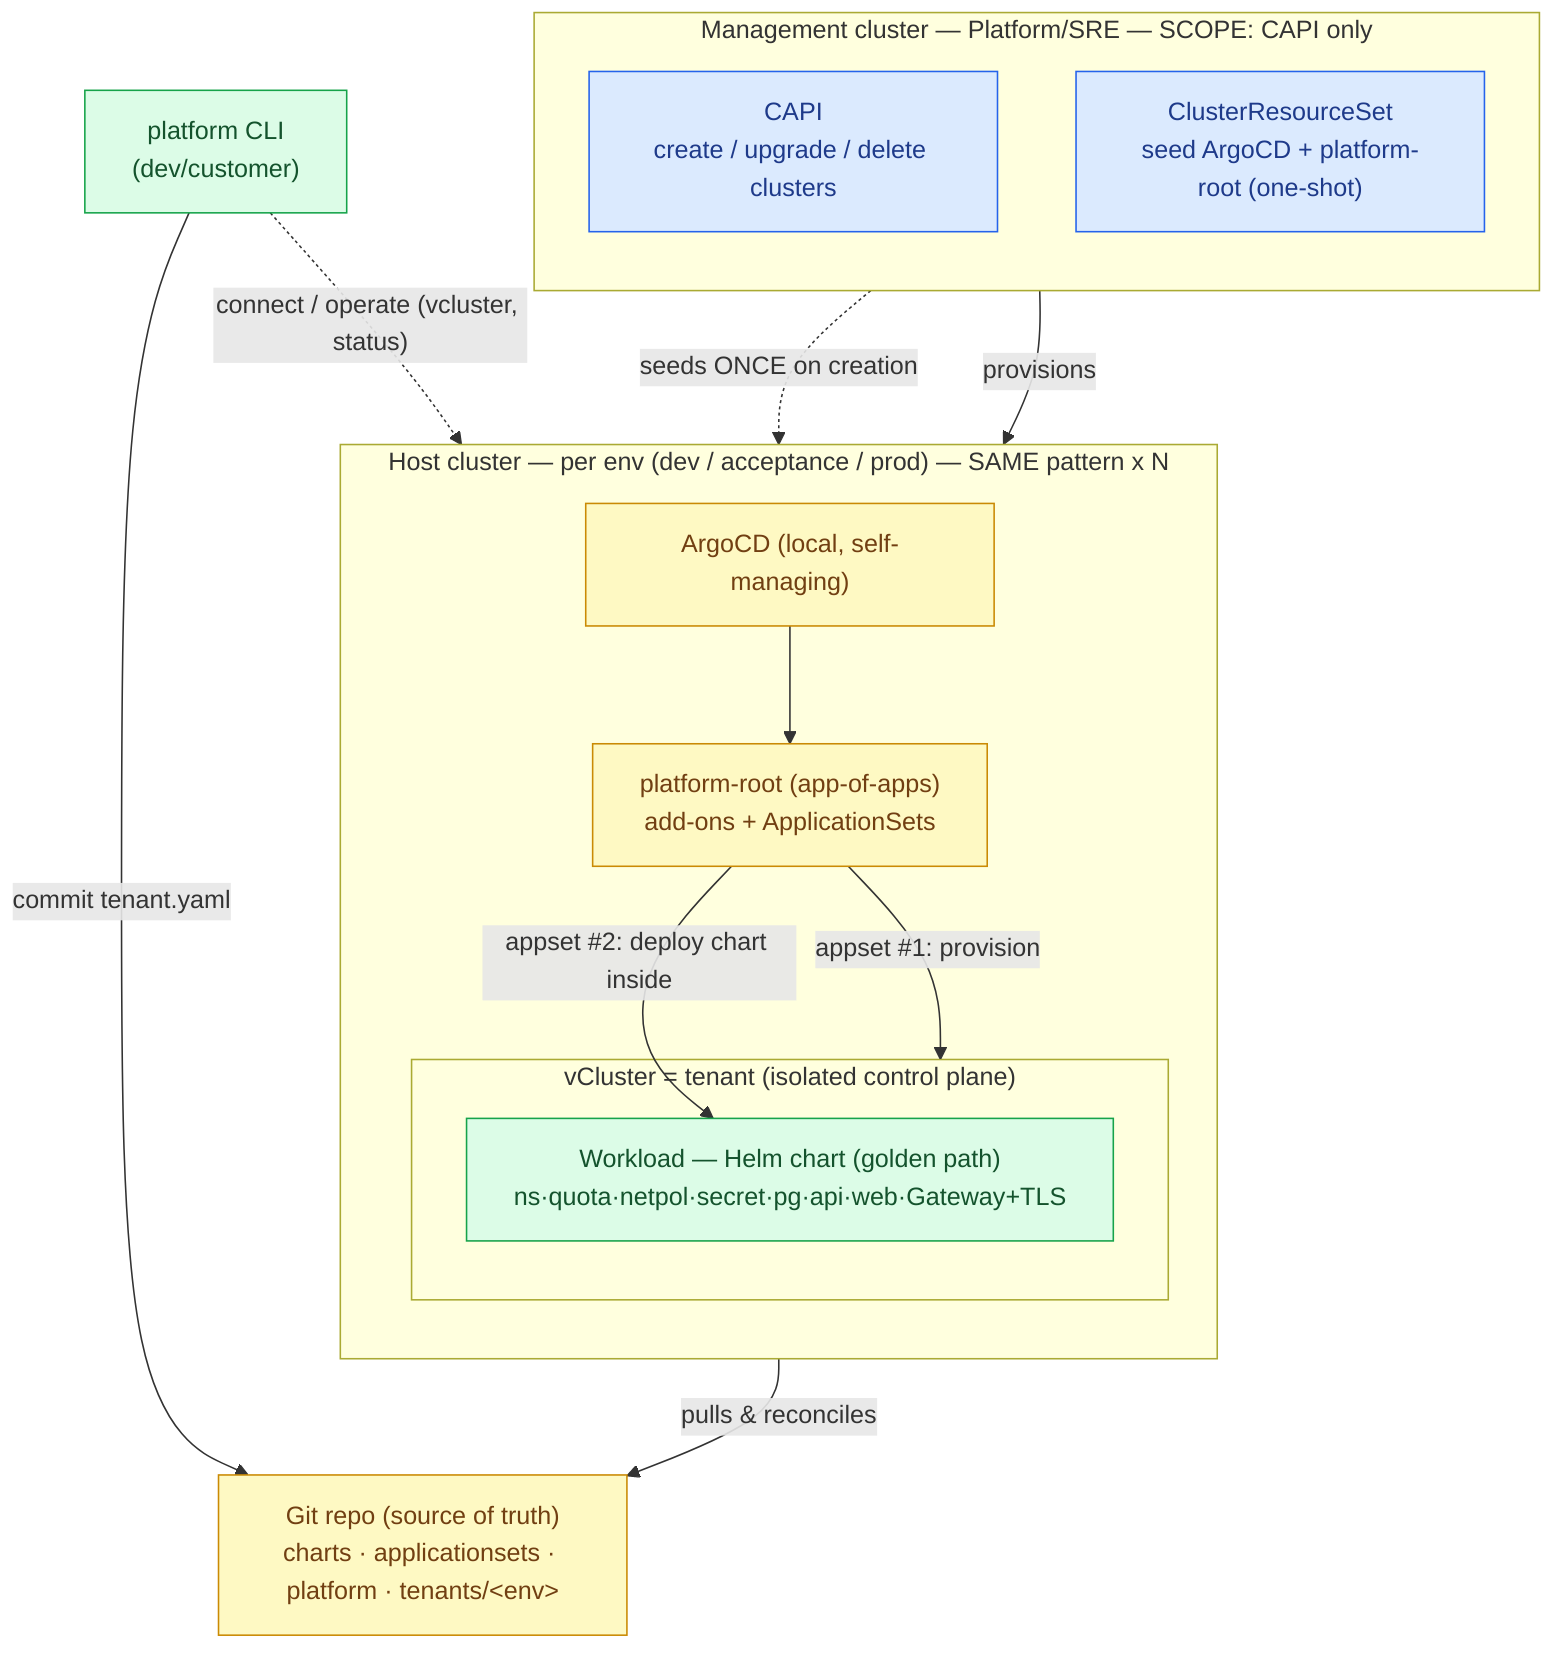
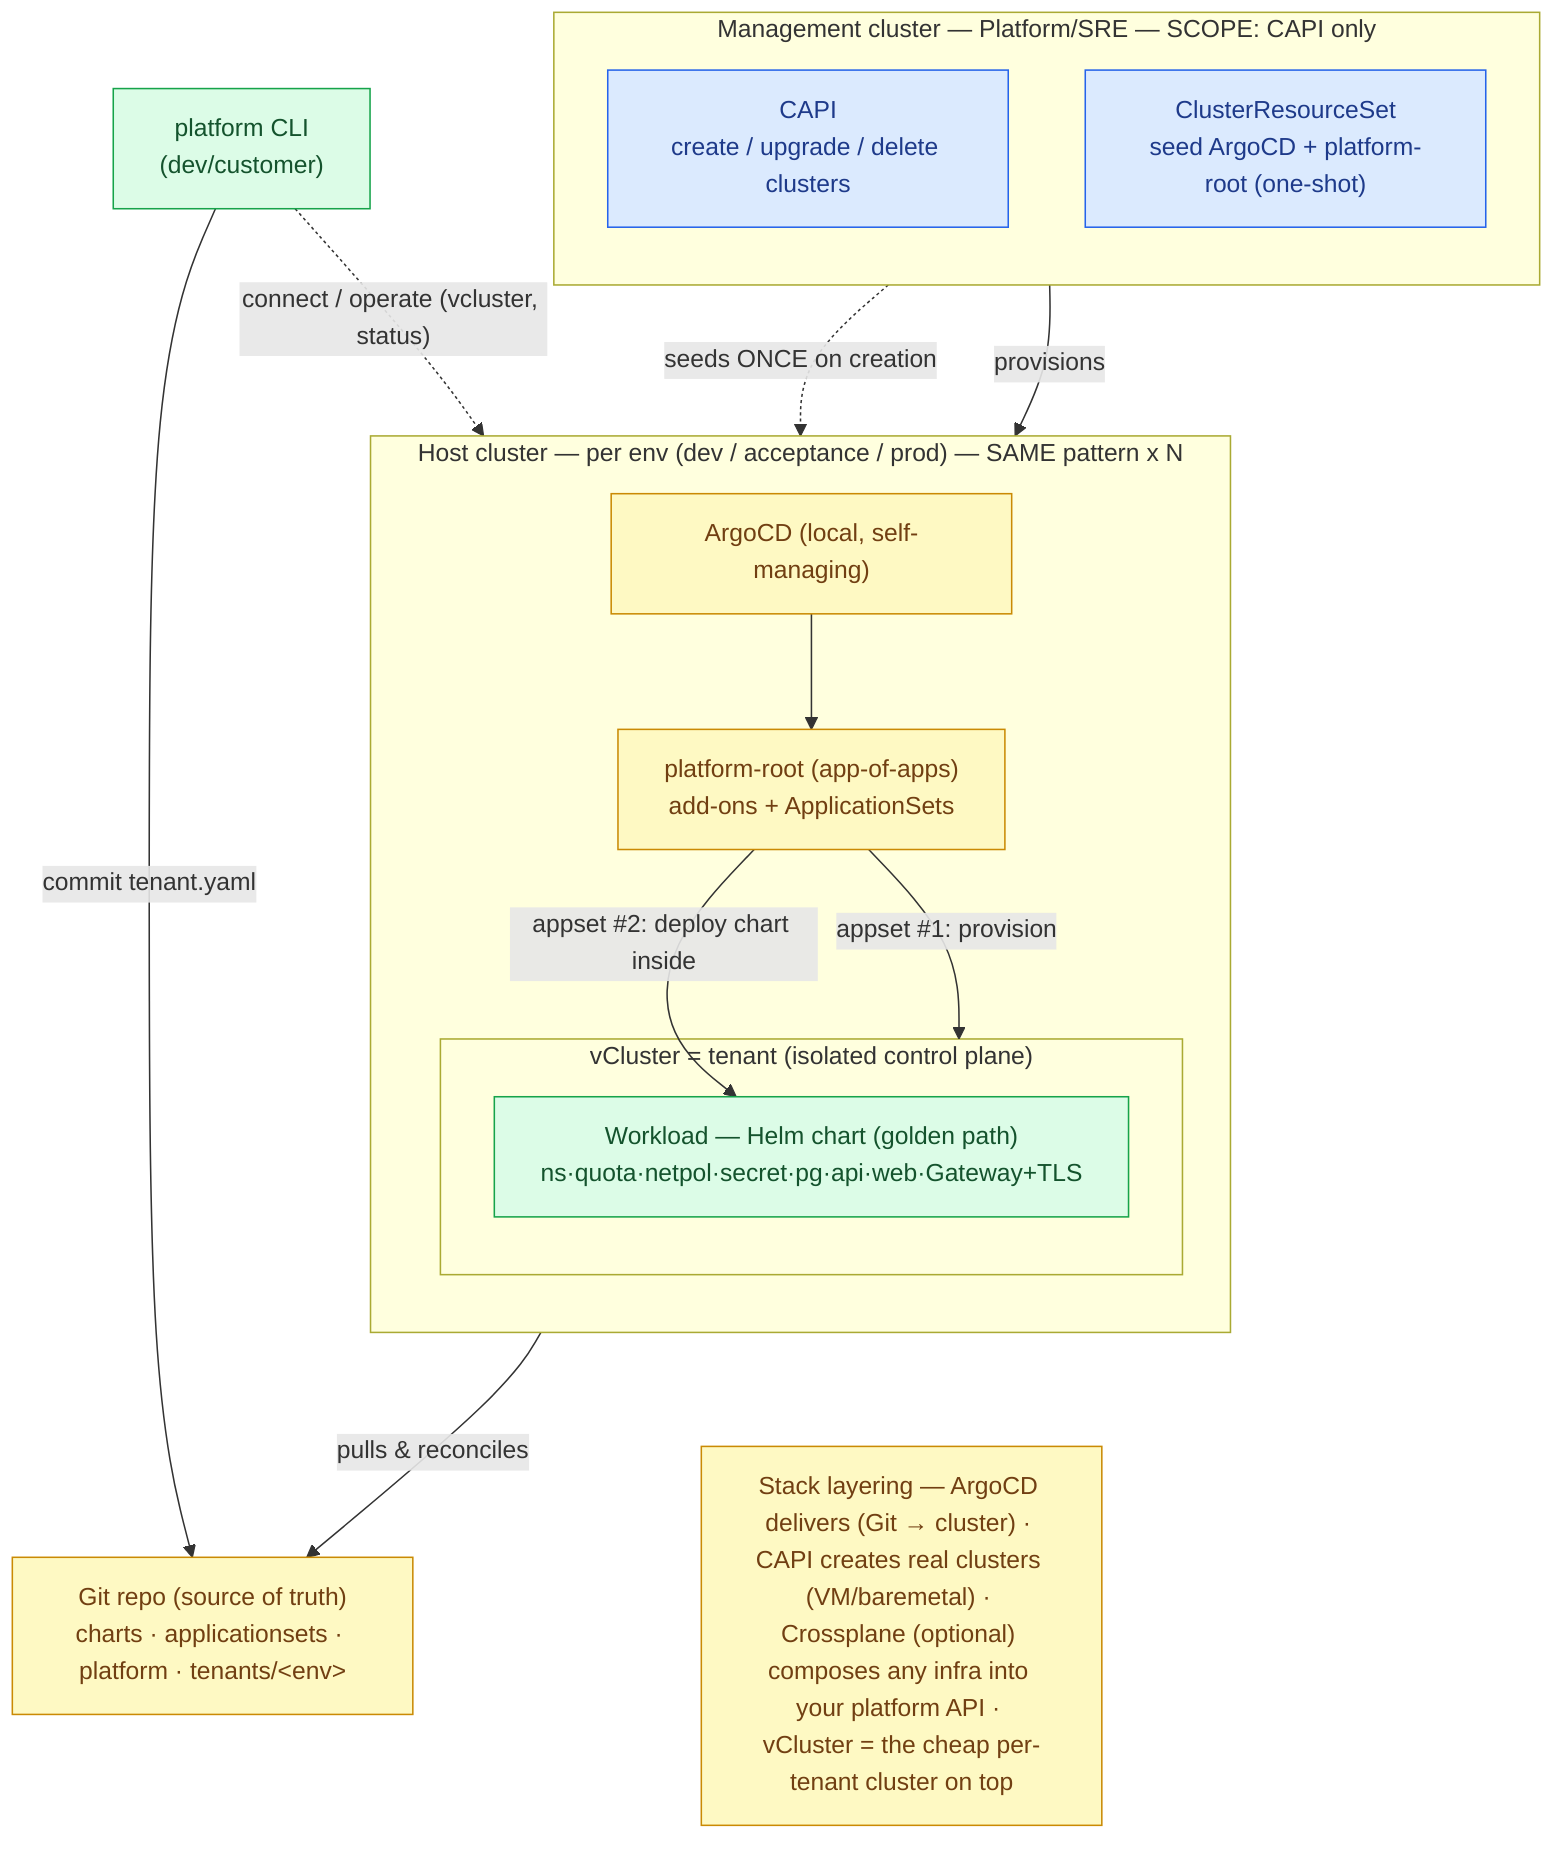
%% IDP multi-tenant — fully decentralized GitOps (ArgoCD per cluster)
%% Management SCOPE = CAPI only. It creates clusters and SEEDS each one with its own
%% ArgoCD via a CAPI ClusterResourceSet (one-shot). It does NOT run a central ArgoCD
%% and does NOT deploy tenants. Every host cluster is the SAME self-managing pattern.
flowchart TB
  classDef sre fill:#dbeafe,stroke:#2563eb,color:#1e3a8a;
  classDef tenant fill:#dcfce7,stroke:#16a34a,color:#14532d;
  classDef gitops fill:#fef9c3,stroke:#ca8a04,color:#713f12;

  GIT["Git repo (source of truth)<br/>charts · applicationsets · platform · tenants/&lt;env&gt;"]:::gitops
  CLI["platform CLI<br/>(dev/customer)"]:::tenant

  subgraph MGMT["Management cluster — Platform/SRE — SCOPE: CAPI only"]
    direction TB
    CAPI["CAPI<br/>create / upgrade / delete clusters"]:::sre
    CRS["ClusterResourceSet<br/>seed ArgoCD + platform-root (one-shot)"]:::sre
  end

  subgraph HOST["Host cluster — per env (dev / acceptance / prod) — SAME pattern x N"]
    direction TB
    ARGO["ArgoCD (local, self-managing)"]:::gitops
    ROOT["platform-root (app-of-apps)<br/>add-ons + ApplicationSets"]:::gitops
    subgraph VC["vCluster = tenant (isolated control plane)"]
      WL["Workload — Helm chart (golden path)<br/>ns·quota·netpol·secret·pg·api·web·Gateway+TLS"]:::tenant
    end
  end

  CAPI -->|"provisions"| HOST
  CRS -.->|"seeds ONCE on creation"| ARGO
  ARGO -->|"pulls & reconciles"| GIT
  ARGO --> ROOT
  ROOT -->|"appset #1: provision"| VC
  ROOT -->|"appset #2: deploy chart inside"| WL
  CLI -->|"commit tenant.yaml"| GIT
  CLI -.->|"connect / operate (vcluster, status)"| HOST
+ 
+   %% The stack in one line (Crossplane = optional composition layer, not in the demo)
+   STACK["Stack layering — ArgoCD delivers (Git → cluster) · CAPI creates real clusters (VM/baremetal) · Crossplane (optional) composes any infra into your platform API · vCluster = the cheap per-tenant cluster on top"]:::gitops
+   HOST ~~~ STACK
